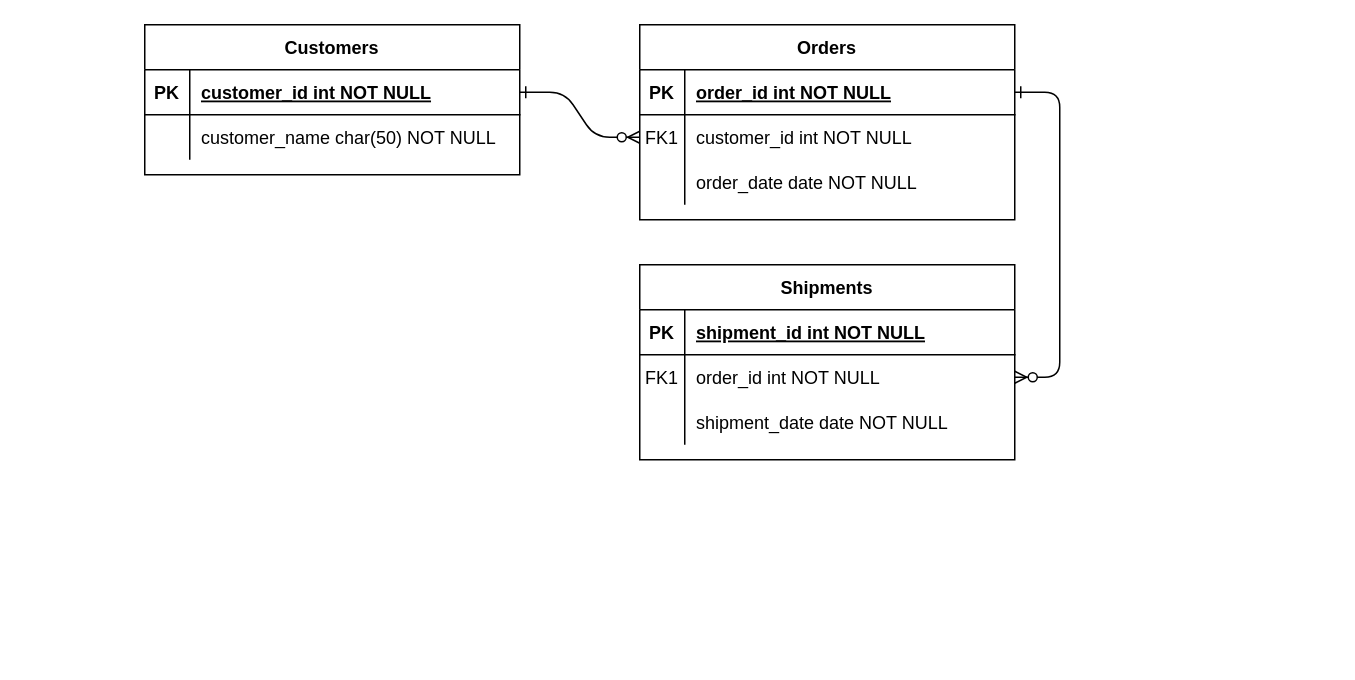
This is Untitled Diagram.drawio from not-diba/inventory_managment, a draw.io file, before an edit. Source tidied: cells renumbered, new cells numbered last; positions are measured from the earlier drawing's top-left corner, leaving out a move shared by most shapes. Both pictures are drawn from the tidied source at 150%, with x=0, y=0 at pixel (144, 24).
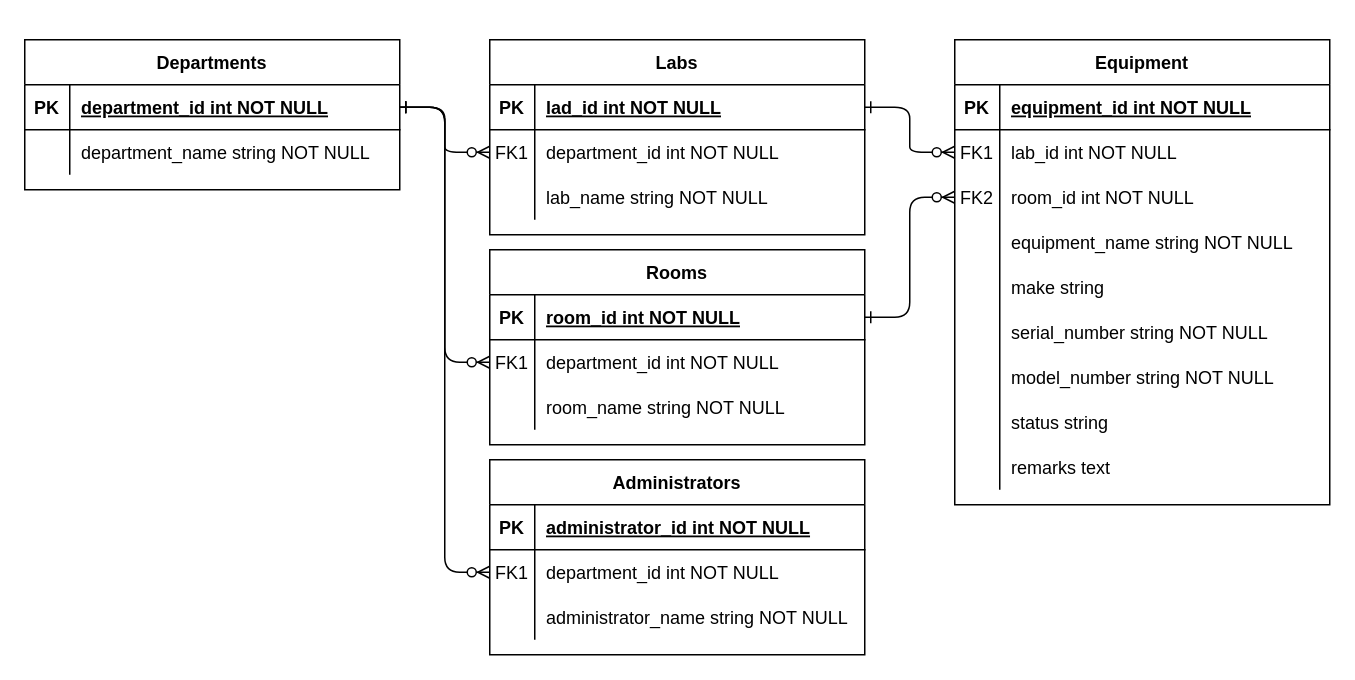
After the change.

The change refers to these unchanged cells:
```xml
<mxCell id="5" style="shape=partialRectangle;fillColor=none;points=[[0,0.5],[1,0.5]];portConstraint=eastwest;top=0;left=0;right=0;bottom=1;" parent="4" vertex="1">
  <mxGeometry y="30" width="250" height="30" as="geometry" />
</mxCell>
<mxCell id="8" style="shape=partialRectangle;fillColor=none;points=[[0,0.5],[1,0.5]];portConstraint=eastwest;top=0;left=0;right=0;bottom=0;" parent="4" vertex="1">
  <mxGeometry y="60" width="250" height="30" as="geometry" />
</mxCell>
<mxCell id="11" style="shape=partialRectangle;fillColor=none;top=0;left=0;right=0;bottom=0;" parent="4" vertex="1">
  <mxGeometry y="90" width="250" height="30" as="geometry" />
</mxCell>
<mxCell id="15" style="shape=partialRectangle;fillColor=none;points=[[0,0.5],[1,0.5]];portConstraint=eastwest;top=0;left=0;right=0;bottom=1;" parent="14" vertex="1">
  <mxGeometry y="30" width="250" height="30" as="geometry" />
</mxCell>
<mxCell id="18" style="shape=partialRectangle;fillColor=none;points=[[0,0.5],[1,0.5]];portConstraint=eastwest;top=0;left=0;right=0;bottom=0;" parent="14" vertex="1">
  <mxGeometry y="60" width="250" height="30" as="geometry" />
</mxCell>
<mxCell id="21" style="shape=partialRectangle;fillColor=none;top=0;left=0;right=0;bottom=0;" parent="14" vertex="1">
  <mxGeometry y="90" width="250" height="30" as="geometry" />
</mxCell>
<mxCell id="25" style="shape=partialRectangle;fillColor=none;points=[[0,0.5],[1,0.5]];portConstraint=eastwest;top=0;left=0;right=0;bottom=1;" parent="24" vertex="1">
  <mxGeometry y="30" width="250" height="30" as="geometry" />
</mxCell>
<mxCell id="28" style="shape=partialRectangle;fillColor=none;top=0;left=0;right=0;bottom=0;" parent="24" vertex="1">
  <mxGeometry y="60" width="250" height="30" as="geometry" />
</mxCell>
```

What changed in the source:
```diff
@@
-    <mxCell id="3" style="edgeStyle=entityRelationEdgeStyle;endArrow=ERzeroToMany;startArrow=ERone;endFill=1;startFill=0;" parent="1" edge="1" source="5" target="18">
+    <mxCell id="3" style="edgeStyle=entityRelationEdgeStyle;endArrow=ERzeroToMany;startArrow=ERone;endFill=1;startFill=0;exitX=1;exitY=0.5;exitDx=0;exitDy=0;" parent="1" edge="1" source="25" target="18">
       <mxGeometry relative="1" as="geometry" />
     </mxCell>
-    <mxCell id="4" value="Orders" style="shape=table;startSize=30;childLayout=tableLayout;rowLines=0;fontStyle=1;align=center;" parent="1" vertex="1">
-      <mxGeometry x="330" width="250" height="130" as="geometry" />
+    <mxCell id="4" value="Labs" style="shape=table;startSize=30;childLayout=tableLayout;rowLines=0;fontStyle=1;align=center;" parent="1" vertex="1">
+      <mxGeometry x="230" y="10" width="250" height="130" as="geometry" />
     </mxCell>
@@
-    <mxCell id="7" value="order_id int NOT NULL " style="shape=partialRectangle;overflow=hidden;fillColor=none;top=0;left=0;bottom=0;right=0;align=left;spacingLeft=6;fontStyle=5;" parent="5" vertex="1">
+    <mxCell id="7" value="lad_id int NOT NULL " style="shape=partialRectangle;overflow=hidden;fillColor=none;top=0;left=0;bottom=0;right=0;align=left;spacingLeft=6;fontStyle=5;" parent="5" vertex="1">
       <mxGeometry x="30" width="220" height="30" as="geometry" />
     </mxCell>
@@
-    <mxCell id="10" value="customer_id int NOT NULL" style="shape=partialRectangle;overflow=hidden;fillColor=none;top=0;left=0;bottom=0;right=0;align=left;spacingLeft=6;" parent="8" vertex="1">
+    <mxCell id="10" value="department_id int NOT NULL" style="shape=partialRectangle;overflow=hidden;fillColor=none;top=0;left=0;bottom=0;right=0;align=left;spacingLeft=6;" parent="8" vertex="1">
       <mxGeometry x="30" width="220" height="30" as="geometry" />
     </mxCell>
@@
-    <mxCell id="13" value="order_date date NOT NULL" style="shape=partialRectangle;overflow=hidden;fillColor=none;top=0;left=0;bottom=0;right=0;align=left;spacingLeft=6;" parent="11" vertex="1">
+    <mxCell id="13" value="lab_name string NOT NULL" style="shape=partialRectangle;overflow=hidden;fillColor=none;top=0;left=0;bottom=0;right=0;align=left;spacingLeft=6;" parent="11" vertex="1">
       <mxGeometry x="30" width="220" height="30" as="geometry" />
     </mxCell>
-    <mxCell id="14" value="Shipments" style="shape=table;startSize=30;childLayout=tableLayout;rowLines=0;fontStyle=1;align=center;" parent="1" vertex="1">
-      <mxGeometry x="330" y="160" width="250" height="130" as="geometry" />
+    <mxCell id="14" value="Rooms" style="shape=table;startSize=30;childLayout=tableLayout;rowLines=0;fontStyle=1;align=center;" parent="1" vertex="1">
+      <mxGeometry x="230" y="150" width="250" height="130" as="geometry" />
     </mxCell>
@@
-    <mxCell id="17" value="shipment_id int NOT NULL " style="shape=partialRectangle;overflow=hidden;fillColor=none;top=0;left=0;bottom=0;right=0;align=left;spacingLeft=6;fontStyle=5;" parent="15" vertex="1">
+    <mxCell id="17" value="room_id int NOT NULL " style="shape=partialRectangle;overflow=hidden;fillColor=none;top=0;left=0;bottom=0;right=0;align=left;spacingLeft=6;fontStyle=5;" parent="15" vertex="1">
       <mxGeometry x="30" width="220" height="30" as="geometry" />
     </mxCell>
@@
-    <mxCell id="20" value="order_id int NOT NULL" style="shape=partialRectangle;overflow=hidden;fillColor=none;top=0;left=0;bottom=0;right=0;align=left;spacingLeft=6;" parent="18" vertex="1">
+    <mxCell id="20" value="department_id int NOT NULL" style="shape=partialRectangle;overflow=hidden;fillColor=none;top=0;left=0;bottom=0;right=0;align=left;spacingLeft=6;" parent="18" vertex="1">
       <mxGeometry x="30" width="220" height="30" as="geometry" />
     </mxCell>
@@
-    <mxCell id="23" value="shipment_date date NOT NULL" style="shape=partialRectangle;overflow=hidden;fillColor=none;top=0;left=0;bottom=0;right=0;align=left;spacingLeft=6;" parent="21" vertex="1">
+    <mxCell id="23" value="room_name string NOT NULL" style="shape=partialRectangle;overflow=hidden;fillColor=none;top=0;left=0;bottom=0;right=0;align=left;spacingLeft=6;" parent="21" vertex="1">
       <mxGeometry x="30" width="220" height="30" as="geometry" />
     </mxCell>
-    <mxCell id="24" value="Customers" style="shape=table;startSize=30;childLayout=tableLayout;rowLines=0;fontStyle=1;align=center;" parent="1" vertex="1">
-      <mxGeometry width="250" height="100" as="geometry" />
+    <mxCell id="24" value="Departments" style="shape=table;startSize=30;childLayout=tableLayout;rowLines=0;fontStyle=1;align=center;" parent="1" vertex="1">
+      <mxGeometry x="-80" y="10" width="250" height="100" as="geometry" />
     </mxCell>
@@
-    <mxCell id="27" value="customer_id int NOT NULL " style="shape=partialRectangle;overflow=hidden;fillColor=none;top=0;left=0;bottom=0;right=0;align=left;spacingLeft=6;fontStyle=5;" parent="25" vertex="1">
+    <mxCell id="27" value="department_id int NOT NULL " style="shape=partialRectangle;overflow=hidden;fillColor=none;top=0;left=0;bottom=0;right=0;align=left;spacingLeft=6;fontStyle=5;" parent="25" vertex="1">
       <mxGeometry x="30" width="220" height="30" as="geometry" />
     </mxCell>
@@
-    <mxCell id="30" value="customer_name char(50) NOT NULL" style="shape=partialRectangle;overflow=hidden;fillColor=none;top=0;left=0;bottom=0;right=0;align=left;spacingLeft=6;" parent="28" vertex="1">
+    <mxCell id="30" value="department_name string NOT NULL" style="shape=partialRectangle;overflow=hidden;fillColor=none;top=0;left=0;bottom=0;right=0;align=left;spacingLeft=6;" parent="28" vertex="1">
       <mxGeometry x="30" width="220" height="30" as="geometry" />
     </mxCell>
+    <mxCell id="31" style="edgeStyle=entityRelationEdgeStyle;endArrow=ERzeroToMany;startArrow=ERone;endFill=1;startFill=0;entryX=0;entryY=0.5;entryDx=0;entryDy=0;exitX=1;exitY=0.5;exitDx=0;exitDy=0;" parent="1" edge="1" source="5" target="38">
+      <mxGeometry relative="1" as="geometry" />
+    </mxCell>
+    <mxCell id="32" style="edgeStyle=entityRelationEdgeStyle;endArrow=ERzeroToMany;startArrow=ERone;endFill=1;startFill=0;entryX=0;entryY=0.5;entryDx=0;entryDy=0;exitX=1;exitY=0.5;exitDx=0;exitDy=0;" parent="1" edge="1" source="15" target="41">
+      <mxGeometry relative="1" as="geometry" />
+    </mxCell>
+    <mxCell id="33" style="group;" parent="1" vertex="1">
+      <mxGeometry x="540" y="10" width="250" height="310" as="geometry" />
+    </mxCell>
+    <mxCell id="34" value="Equipment" style="shape=table;startSize=30;childLayout=tableLayout;rowLines=0;fontStyle=1;align=center;" parent="33" vertex="1">
+      <mxGeometry width="250" height="310" as="geometry" />
+    </mxCell>
+    <mxCell id="35" style="shape=partialRectangle;fillColor=none;top=0;left=0;right=0;bottom=1;" parent="34" vertex="1">
+      <mxGeometry y="30" width="250" height="30" as="geometry" />
+    </mxCell>
+    <mxCell id="36" value="PK" style="shape=partialRectangle;overflow=hidden;fillColor=none;top=0;left=0;bottom=0;right=0;fontStyle=1;" parent="35" vertex="1">
+      <mxGeometry width="30" height="30" as="geometry" />
+    </mxCell>
+    <mxCell id="37" value="equipment_id int NOT NULL " style="shape=partialRectangle;overflow=hidden;fillColor=none;top=0;left=0;bottom=0;right=0;align=left;spacingLeft=6;fontStyle=5;" parent="35" vertex="1">
+      <mxGeometry x="30" width="220" height="30" as="geometry" />
+    </mxCell>
+    <mxCell id="38" style="shape=partialRectangle;fillColor=none;points=[[0,0.5],[1,0.5]];portConstraint=eastwest;top=0;left=0;right=0;bottom=0;" parent="34" vertex="1">
+      <mxGeometry y="60" width="250" height="30" as="geometry" />
+    </mxCell>
+    <mxCell id="39" value="FK1" style="shape=partialRectangle;overflow=hidden;fillColor=none;top=0;left=0;bottom=0;right=0;" parent="38" vertex="1">
+      <mxGeometry width="30" height="30" as="geometry" />
+    </mxCell>
+    <mxCell id="40" value="lab_id int NOT NULL" style="shape=partialRectangle;overflow=hidden;fillColor=none;top=0;left=0;bottom=0;right=0;align=left;spacingLeft=6;" parent="38" vertex="1">
+      <mxGeometry x="30" width="220" height="30" as="geometry" />
+    </mxCell>
+    <mxCell id="41" style="shape=partialRectangle;fillColor=none;points=[[0,0.5],[1,0.5]];portConstraint=eastwest;top=0;left=0;right=0;bottom=0;" parent="34" vertex="1">
+      <mxGeometry y="90" width="250" height="30" as="geometry" />
+    </mxCell>
+    <mxCell id="42" value="FK2" style="shape=partialRectangle;overflow=hidden;fillColor=none;top=0;left=0;bottom=0;right=0;" parent="41" vertex="1">
+      <mxGeometry width="30" height="30" as="geometry" />
+    </mxCell>
+    <mxCell id="43" value="room_id int NOT NULL" style="shape=partialRectangle;overflow=hidden;fillColor=none;top=0;left=0;bottom=0;right=0;align=left;spacingLeft=6;" parent="41" vertex="1">
+      <mxGeometry x="30" width="220" height="30" as="geometry" />
+    </mxCell>
+    <mxCell id="44" style="shape=partialRectangle;fillColor=none;top=0;left=0;right=0;bottom=0;" parent="34" vertex="1">
+      <mxGeometry y="120" width="250" height="30" as="geometry" />
+    </mxCell>
+    <mxCell id="45" style="shape=partialRectangle;overflow=hidden;fillColor=none;top=0;left=0;bottom=0;right=0;" parent="44" vertex="1">
+      <mxGeometry width="30" height="30" as="geometry" />
+    </mxCell>
+    <mxCell id="46" value="equipment_name string NOT NULL" style="shape=partialRectangle;overflow=hidden;fillColor=none;top=0;left=0;bottom=0;right=0;align=left;spacingLeft=6;" parent="44" vertex="1">
+      <mxGeometry x="30" width="220" height="30" as="geometry" />
+    </mxCell>
+    <mxCell id="47" style="shape=partialRectangle;fillColor=none;top=0;left=0;right=0;bottom=0;" parent="34" vertex="1">
+      <mxGeometry y="150" width="250" height="30" as="geometry" />
+    </mxCell>
+    <mxCell id="48" style="shape=partialRectangle;overflow=hidden;fillColor=none;top=0;left=0;bottom=0;right=0;" parent="47" vertex="1">
+      <mxGeometry width="30" height="30" as="geometry" />
+    </mxCell>
+    <mxCell id="49" value="make string" style="shape=partialRectangle;overflow=hidden;fillColor=none;top=0;left=0;bottom=0;right=0;align=left;spacingLeft=6;" parent="47" vertex="1">
+      <mxGeometry x="30" width="220" height="30" as="geometry" />
+    </mxCell>
+    <mxCell id="50" style="shape=partialRectangle;fillColor=none;top=0;left=0;right=0;bottom=0;" parent="34" vertex="1">
+      <mxGeometry y="180" width="250" height="30" as="geometry" />
+    </mxCell>
+    <mxCell id="51" style="shape=partialRectangle;overflow=hidden;fillColor=none;top=0;left=0;bottom=0;right=0;" parent="50" vertex="1">
+      <mxGeometry width="30" height="30" as="geometry" />
+    </mxCell>
+    <mxCell id="52" value="serial_number string NOT NULL" style="shape=partialRectangle;overflow=hidden;fillColor=none;top=0;left=0;bottom=0;right=0;align=left;spacingLeft=6;" parent="50" vertex="1">
+      <mxGeometry x="30" width="220" height="30" as="geometry" />
+    </mxCell>
+    <mxCell id="53" style="shape=partialRectangle;fillColor=none;top=0;left=0;right=0;bottom=0;" parent="34" vertex="1">
+      <mxGeometry y="210" width="250" height="30" as="geometry" />
+    </mxCell>
+    <mxCell id="54" style="shape=partialRectangle;overflow=hidden;fillColor=none;top=0;left=0;bottom=0;right=0;" parent="53" vertex="1">
+      <mxGeometry width="30" height="30" as="geometry" />
+    </mxCell>
+    <mxCell id="55" value="model_number string NOT NULL" style="shape=partialRectangle;overflow=hidden;fillColor=none;top=0;left=0;bottom=0;right=0;align=left;spacingLeft=6;" parent="53" vertex="1">
+      <mxGeometry x="30" width="220" height="30" as="geometry" />
+    </mxCell>
+    <mxCell id="56" style="shape=partialRectangle;fillColor=none;top=0;left=0;right=0;bottom=0;" parent="34" vertex="1">
+      <mxGeometry y="240" width="250" height="30" as="geometry" />
+    </mxCell>
+    <mxCell id="57" style="shape=partialRectangle;overflow=hidden;fillColor=none;top=0;left=0;bottom=0;right=0;" parent="56" vertex="1">
+      <mxGeometry width="30" height="30" as="geometry" />
+    </mxCell>
+    <mxCell id="58" value="status string" style="shape=partialRectangle;overflow=hidden;fillColor=none;top=0;left=0;bottom=0;right=0;align=left;spacingLeft=6;" parent="56" vertex="1">
+      <mxGeometry x="30" width="220" height="30" as="geometry" />
+    </mxCell>
+    <mxCell id="59" style="shape=partialRectangle;fillColor=none;top=0;left=0;right=0;bottom=0;" parent="34" vertex="1">
+      <mxGeometry y="270" width="250" height="30" as="geometry" />
+    </mxCell>
+    <mxCell id="60" style="shape=partialRectangle;overflow=hidden;fillColor=none;top=0;left=0;bottom=0;right=0;" parent="59" vertex="1">
+      <mxGeometry width="30" height="30" as="geometry" />
+    </mxCell>
+    <mxCell id="61" value="remarks text" style="shape=partialRectangle;overflow=hidden;fillColor=none;top=0;left=0;bottom=0;right=0;align=left;spacingLeft=6;" parent="59" vertex="1">
+      <mxGeometry x="30" width="220" height="30" as="geometry" />
+    </mxCell>
+    <mxCell id="62" value="Administrators" style="shape=table;startSize=30;childLayout=tableLayout;rowLines=0;fontStyle=1;align=center;" parent="1" vertex="1">
+      <mxGeometry x="230" y="290" width="250" height="130" as="geometry" />
+    </mxCell>
+    <mxCell id="63" style="shape=partialRectangle;fillColor=none;top=0;left=0;right=0;bottom=1;" parent="62" vertex="1">
+      <mxGeometry y="30" width="250" height="30" as="geometry" />
+    </mxCell>
+    <mxCell id="64" value="PK" style="shape=partialRectangle;overflow=hidden;fillColor=none;top=0;left=0;bottom=0;right=0;fontStyle=1;" parent="63" vertex="1">
+      <mxGeometry width="30" height="30" as="geometry" />
+    </mxCell>
+    <mxCell id="65" value="administrator_id int NOT NULL " style="shape=partialRectangle;overflow=hidden;fillColor=none;top=0;left=0;bottom=0;right=0;align=left;spacingLeft=6;fontStyle=5;" parent="63" vertex="1">
+      <mxGeometry x="30" width="220" height="30" as="geometry" />
+    </mxCell>
+    <mxCell id="66" style="shape=partialRectangle;fillColor=none;points=[[0,0.5],[1,0.5]];portConstraint=eastwest;top=0;left=0;right=0;bottom=0;" parent="62" vertex="1">
+      <mxGeometry y="60" width="250" height="30" as="geometry" />
+    </mxCell>
+    <mxCell id="67" value="FK1" style="shape=partialRectangle;overflow=hidden;fillColor=none;top=0;left=0;bottom=0;right=0;" parent="66" vertex="1">
+      <mxGeometry width="30" height="30" as="geometry" />
+    </mxCell>
+    <mxCell id="68" value="department_id int NOT NULL" style="shape=partialRectangle;overflow=hidden;fillColor=none;top=0;left=0;bottom=0;right=0;align=left;spacingLeft=6;" parent="66" vertex="1">
+      <mxGeometry x="30" width="220" height="30" as="geometry" />
+    </mxCell>
+    <mxCell id="69" style="shape=partialRectangle;fillColor=none;top=0;left=0;right=0;bottom=0;" parent="62" vertex="1">
+      <mxGeometry y="90" width="250" height="30" as="geometry" />
+    </mxCell>
+    <mxCell id="70" style="shape=partialRectangle;overflow=hidden;fillColor=none;top=0;left=0;bottom=0;right=0;" parent="69" vertex="1">
+      <mxGeometry width="30" height="30" as="geometry" />
+    </mxCell>
+    <mxCell id="71" value="administrator_name string NOT NULL" style="shape=partialRectangle;overflow=hidden;fillColor=none;top=0;left=0;bottom=0;right=0;align=left;spacingLeft=6;" parent="69" vertex="1">
+      <mxGeometry x="30" width="220" height="30" as="geometry" />
+    </mxCell>
+    <mxCell id="72" style="edgeStyle=entityRelationEdgeStyle;endArrow=ERzeroToMany;startArrow=ERone;endFill=1;startFill=0;exitX=1;exitY=0.5;exitDx=0;exitDy=0;entryX=0;entryY=0.5;entryDx=0;entryDy=0;" parent="1" edge="1" source="25" target="66">
+      <mxGeometry relative="1" as="geometry" />
+    </mxCell>
```
